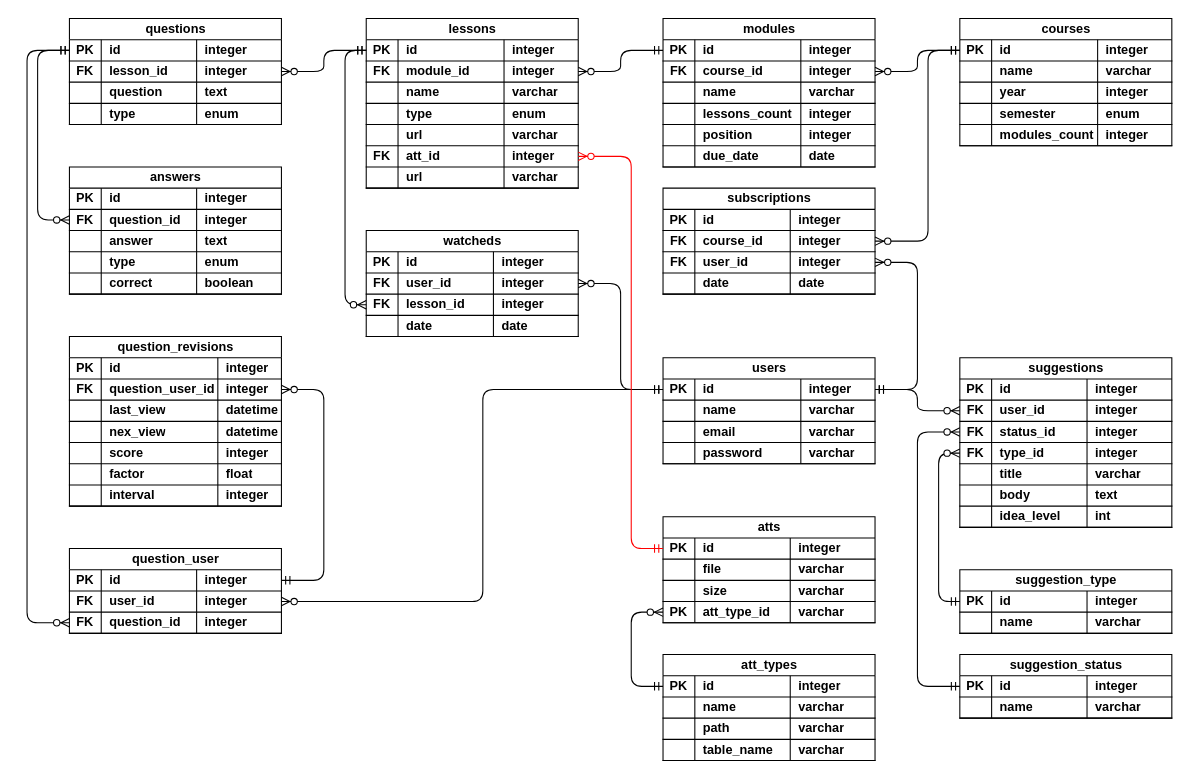
The draw.io diagram database/der.drawio in fernando-fix/ankivesp, before the edit. Source tidied: cells renumbered, new cells numbered last; positions are measured from the earlier drawing's top-left corner, leaving out a move shared by most shapes. Both pictures are drawn from the tidied source at 106%, with x=0, y=0 at pixel (26, 18).
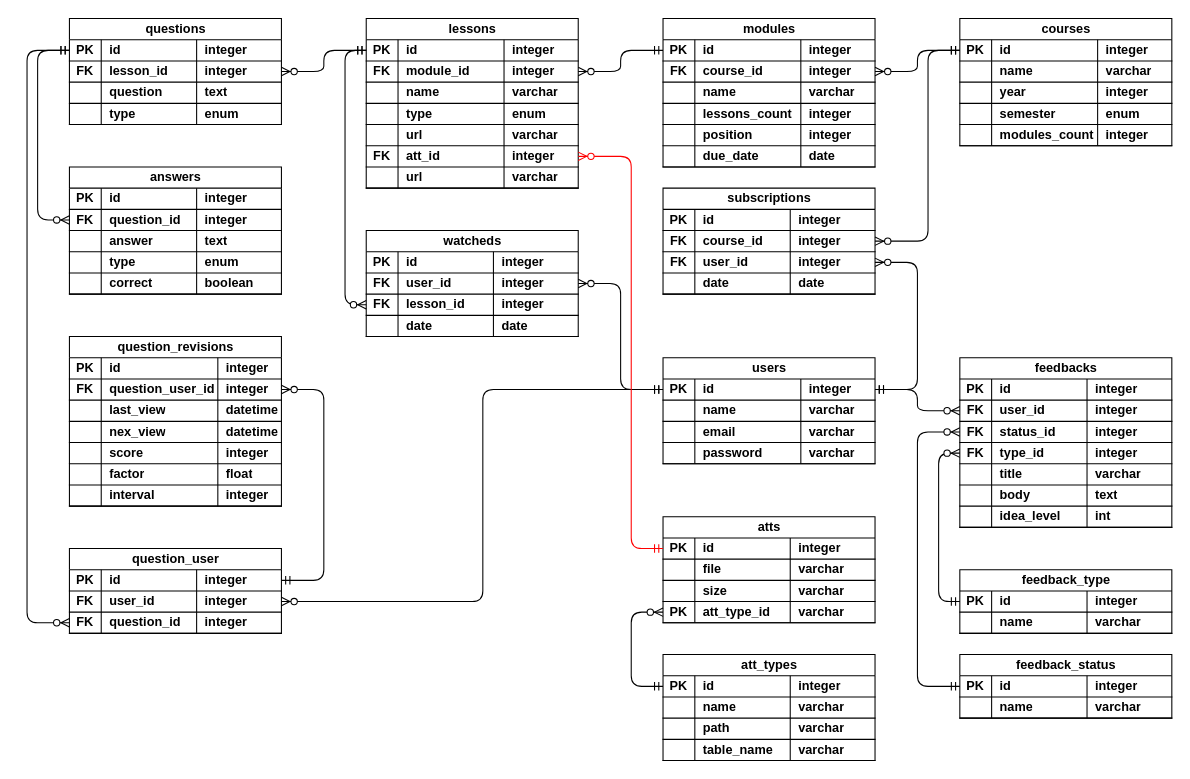
The same page after the edit.

Commit message (it also covers changes not shown here):
Rota de login alterada para home e DER atualizado

What changed in the source:
```diff
@@
-    <mxCell id="214" value="suggestions" style="shape=table;startSize=20;childLayout=tableLayout;rowLines=0;fontStyle=1;align=center;html=1;fontFamily=Helvetica;fontSize=12;fontColor=default;labelBackgroundColor=default;" parent="1" vertex="1">
+    <mxCell id="214" value="feedbacks" style="shape=table;startSize=20;childLayout=tableLayout;rowLines=0;fontStyle=1;align=center;html=1;fontFamily=Helvetica;fontSize=12;fontColor=default;labelBackgroundColor=default;" parent="1" vertex="1">
       <mxGeometry x="880" y="320" width="200" height="160" as="geometry" />
     </mxCell>
@@
-    <mxCell id="243" value="suggestion_status" style="shape=table;startSize=20;childLayout=tableLayout;rowLines=0;fontStyle=1;align=center;html=1;fontFamily=Helvetica;fontSize=12;fontColor=default;labelBackgroundColor=default;" parent="1" vertex="1">
+    <mxCell id="243" value="feedback_status" style="shape=table;startSize=20;childLayout=tableLayout;rowLines=0;fontStyle=1;align=center;html=1;fontFamily=Helvetica;fontSize=12;fontColor=default;labelBackgroundColor=default;" parent="1" vertex="1">
       <mxGeometry x="880" y="600" width="200" height="60" as="geometry" />
     </mxCell>
@@
-    <mxCell id="259" value="suggestion_type" style="shape=table;startSize=20;childLayout=tableLayout;rowLines=0;fontStyle=1;align=center;html=1;fontFamily=Helvetica;fontSize=12;fontColor=default;labelBackgroundColor=default;" parent="1" vertex="1">
+    <mxCell id="259" value="feedback_type" style="shape=table;startSize=20;childLayout=tableLayout;rowLines=0;fontStyle=1;align=center;html=1;fontFamily=Helvetica;fontSize=12;fontColor=default;labelBackgroundColor=default;" parent="1" vertex="1">
       <mxGeometry x="880" y="520" width="200" height="60" as="geometry" />
     </mxCell>
```
